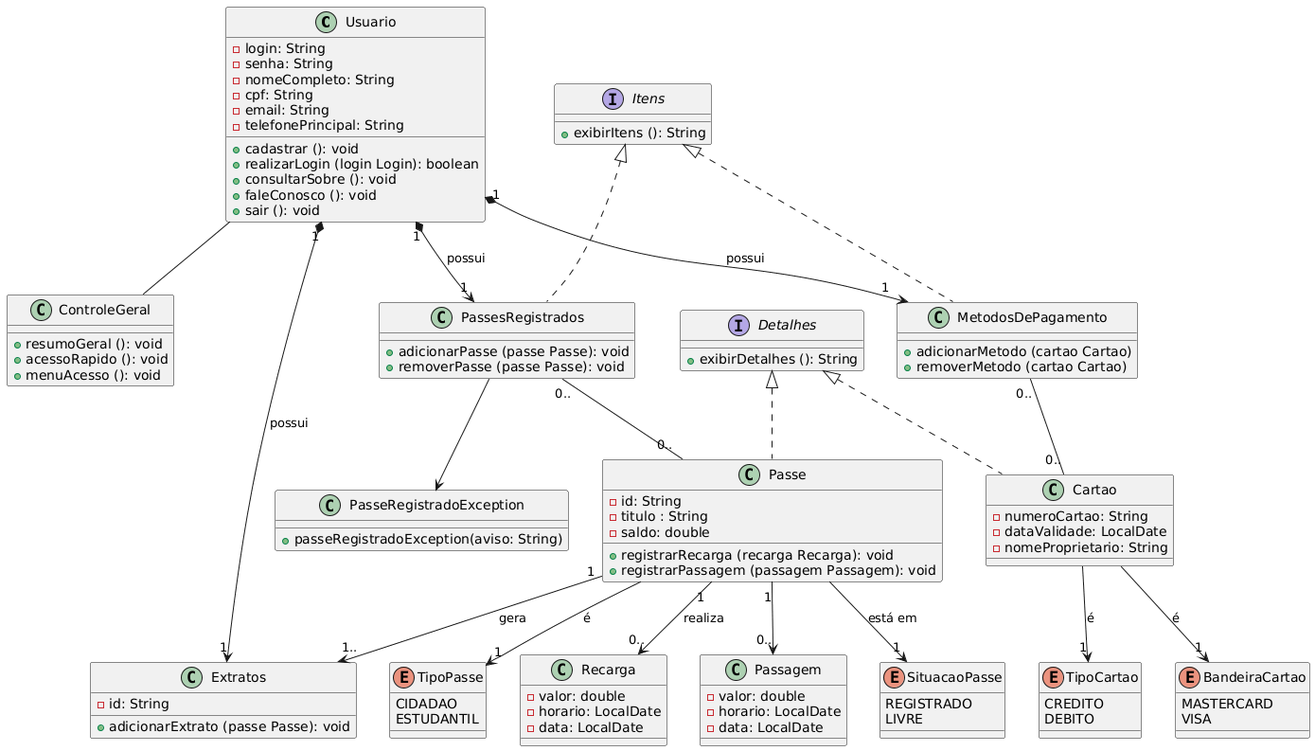
Above: Diagrama de Classes.png in RibeiroIF/Integrador (PlantUML), before the change.
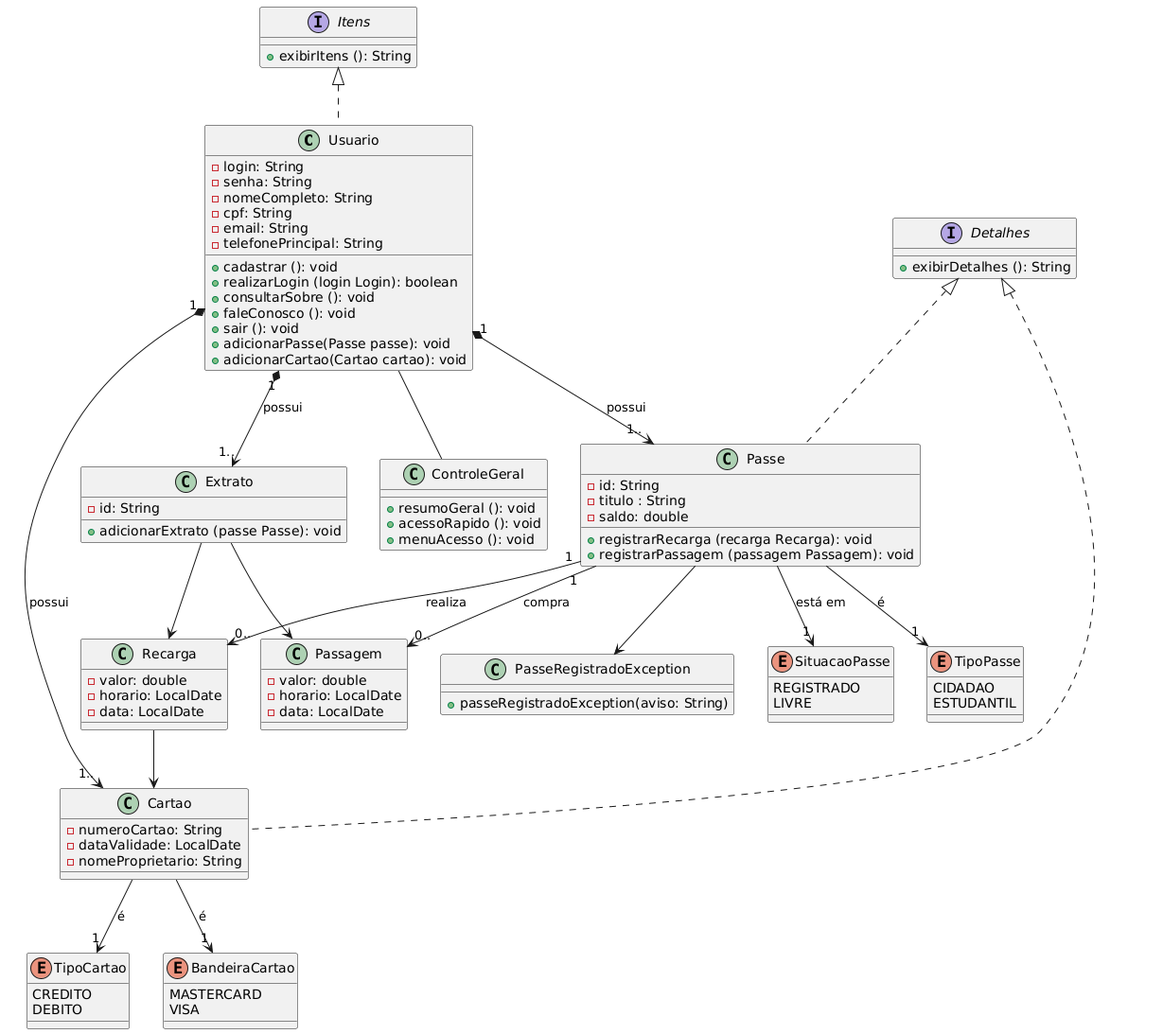
After the commit.

The edit, as a diff of the source:
```diff
@@ -11,6 +11,8 @@
   + consultarSobre (): void
   + faleConosco (): void
   + sair (): void
+  + adicionarPasse(Passe passe): void
+  + adicionarCartao(Cartao cartao): void
   }
 
 class ControleGeral {
@@ -18,11 +20,6 @@
   + acessoRapido (): void
   + menuAcesso (): void
 }
-
-class PassesRegistrados {
-  + adicionarPasse (passe Passe): void
-  + removerPasse (passe Passe): void
-  }
 
 class Passe {
   - id: String
@@ -32,7 +29,7 @@
   + registrarPassagem (passagem Passagem): void
   }
 
-class Extratos {
+class Extrato {
   - id: String
   + adicionarExtrato (passe Passe): void
   }
@@ -49,10 +46,6 @@
   - data: LocalDate
   }
 
-class MetodosDePagamento {
-  + adicionarMetodo (cartao Cartao)
-  + removerMetodo (cartao Cartao)
-  }
 
 class Cartao {
   - numeroCartao: String
@@ -93,22 +86,21 @@
   }
 
 
-Usuario "1" *--> "1" PassesRegistrados: possui
-Usuario "1" *--> "1" MetodosDePagamento: possui
-Usuario "1" *--> "1" Extratos: possui
+Usuario "1" *--> "1.." Passe: possui
+Usuario "1" *--> "1.." Cartao: possui
+Usuario "1" *--> "1.." Extrato: possui
+Extrato --> Recarga
+Extrato --> Passagem
 Usuario -- ControleGeral
-PassesRegistrados "0.." -- "0.." Passe
-MetodosDePagamento "0.." -- "0.." Cartao
-Passe "1" --> "1.." Extratos: gera
 Passe "1" --> "0.." Recarga: realiza
-Passe "1" --> "0.." Passagem
+Passe "1" --> "0.." Passagem: compra
 Passe --> "1" TipoPasse: é
 Passe --> "1" SituacaoPasse: está em
 Cartao --> "1" TipoCartao: é
 Cartao --> "1" BandeiraCartao: é
 Detalhes <|.. Passe
 Detalhes <|.. Cartao
-Itens <|.. PassesRegistrados
-Itens <|.. MetodosDePagamento
-PassesRegistrados --> PasseRegistradoException
+Recarga --> Cartao
+Itens <|.. Usuario
+Passe --> PasseRegistradoException
 @enduml
```
